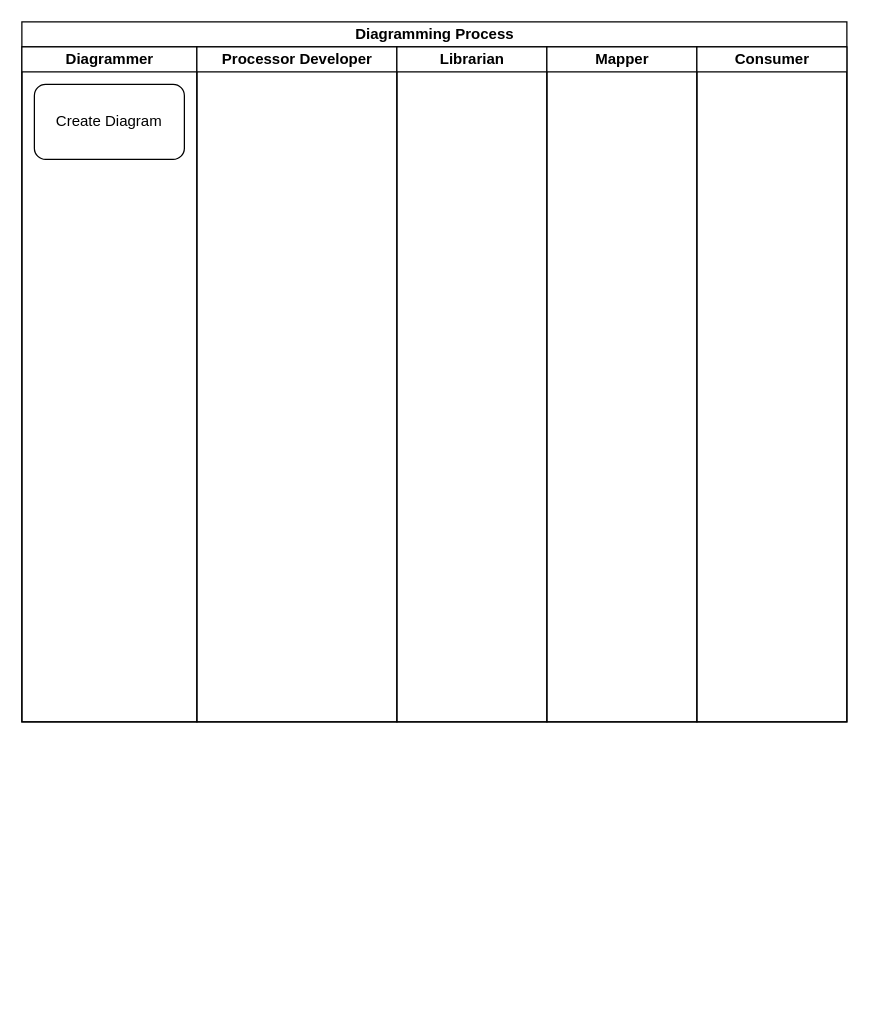
Before: diagram.drawio in Nasdanika-Demos/general-purpose-executable-diagrams-story, a draw.io diagram. Source tidied: cells renumbered, new cells numbered last; positions are measured from the earlier drawing's top-left corner, leaving out a move shared by most shapes. Both pictures are drawn from the tidied source at 125%, with x=0, y=0 at pixel (21, 21). Pictures stored in the file or linked from it are replaced by grey dashed boxes.
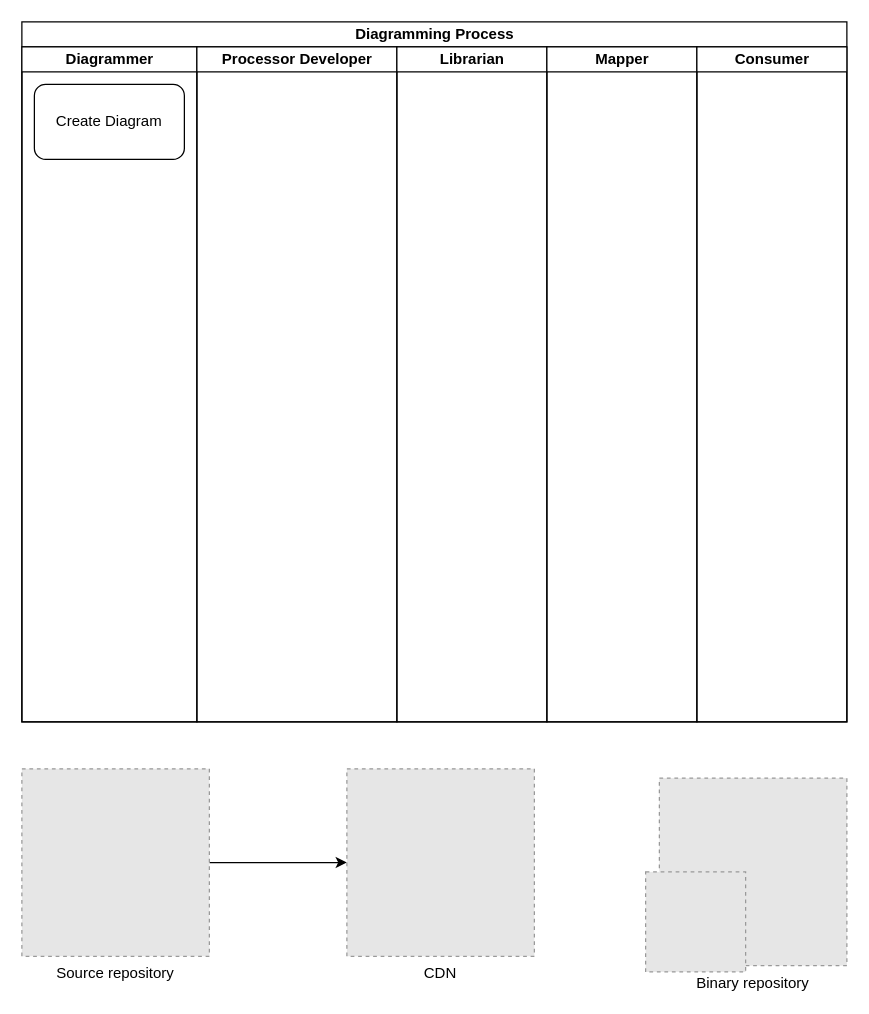
The same diagram, later.

The edit, as a diff of the source:
```diff
@@
 <mxGraphModel>
   <root>
     <mxCell id="0" />
     <mxCell id="1" parent="0" />
     <mxCell id="2" value="Diagramming Process" style="swimlane;startSize=20;html=1;" parent="1" vertex="1">
       <mxGeometry width="660" height="560" as="geometry" />
     </mxCell>
     <mxCell id="3" value="Diagrammer" style="swimlane;startSize=20;html=1;" parent="2" vertex="1">
       <mxGeometry y="20" width="140" height="540" as="geometry" />
     </mxCell>
     <mxCell id="4" value="Create Diagram" style="rounded=1;whiteSpace=wrap;html=1;" parent="3" vertex="1">
       <mxGeometry x="10" y="30" width="120" height="60" as="geometry" />
     </mxCell>
     <mxCell id="5" value="Processor Developer" style="swimlane;startSize=20;html=1;" parent="2" vertex="1">
       <mxGeometry x="140" y="20" width="160" height="540" as="geometry" />
     </mxCell>
     <mxCell id="6" value="Librarian" style="swimlane;startSize=20;html=1;" parent="2" vertex="1">
       <mxGeometry x="300" y="20" width="120" height="540" as="geometry" />
     </mxCell>
     <mxCell id="7" value="Mapper" style="swimlane;startSize=20;html=1;" parent="2" vertex="1">
       <mxGeometry x="420" y="20" width="120" height="540" as="geometry" />
     </mxCell>
     <mxCell id="8" value="Consumer" style="swimlane;startSize=20;html=1;" parent="2" vertex="1">
       <mxGeometry x="540" y="20" width="120" height="540" as="geometry" />
     </mxCell>
+    <mxCell id="9" style="edgeStyle=orthogonalEdgeStyle;rounded=0;jettySize=auto;html=1;" parent="1" edge="1" source="10" target="11">
+      <mxGeometry relative="1" as="geometry" />
+    </mxCell>
+    <mxCell id="10" value="Source repository" style="fillColor=#E6E6E6;strokeColor=#999999;dashed=1;verticalLabelPosition=bottom;labelBackgroundColor=default;verticalAlign=top;" parent="1" vertex="1">
+      <mxGeometry y="597.5" width="150" height="150" as="geometry" />
+    </mxCell>
+    <mxCell id="11" value="CDN" style="fillColor=#E6E6E6;strokeColor=#999999;dashed=1;verticalLabelPosition=bottom;labelBackgroundColor=default;verticalAlign=top;" parent="1" vertex="1">
+      <mxGeometry x="260" y="597.5" width="150" height="150" as="geometry" />
+    </mxCell>
+    <mxCell id="12" value="Binary repository" style="fillColor=#E6E6E6;strokeColor=#999999;dashed=1;verticalLabelPosition=bottom;labelBackgroundColor=default;verticalAlign=top;" parent="1" vertex="1">
+      <mxGeometry x="510" y="605" width="150" height="150" as="geometry" />
+    </mxCell>
+    <mxCell id="13" style="fillColor=#E6E6E6;strokeColor=#999999;dashed=1;verticalLabelPosition=bottom;labelBackgroundColor=default;verticalAlign=top;" parent="1" vertex="1">
+      <mxGeometry x="499" y="680" width="80" height="80" as="geometry" />
+    </mxCell>
   </root>
 </mxGraphModel>
```
